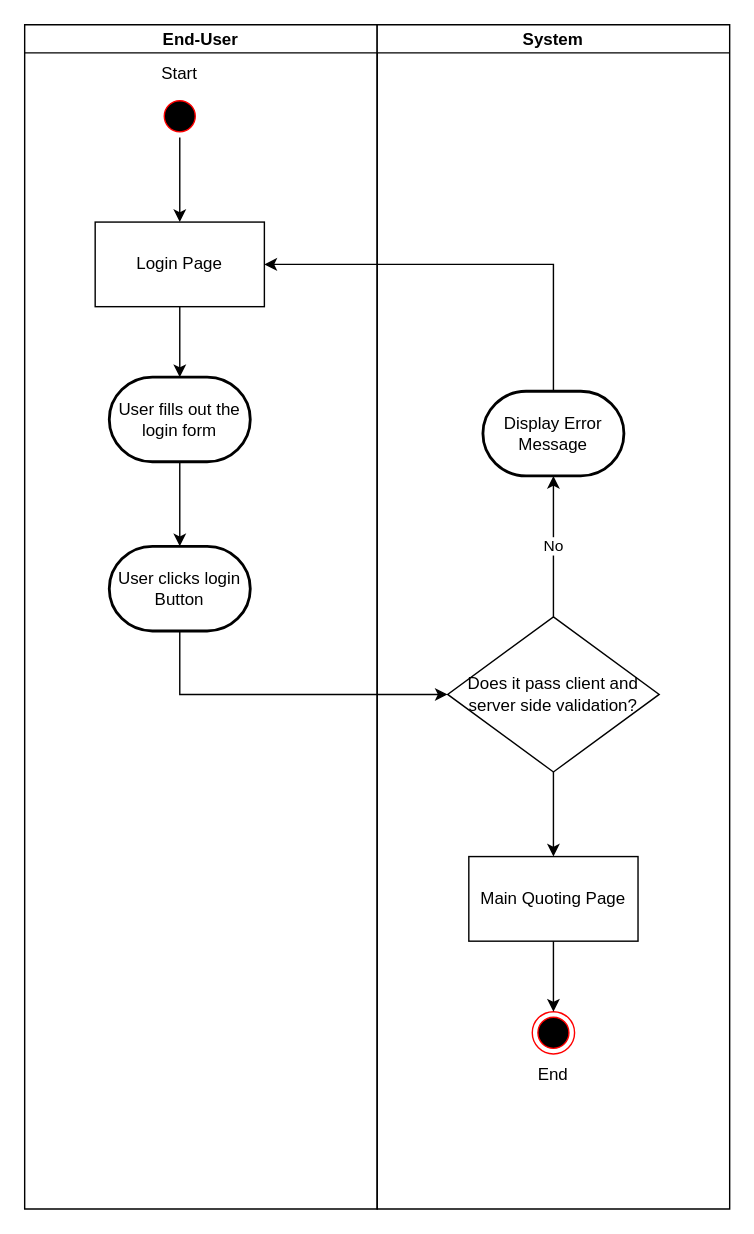
This is Activity_Diagrams/End-User/EndUserLogin.drawio from Awrmani/AutoQuotes, a draw.io file, before an edit. Source tidied: cells renumbered, new cells numbered last; positions are measured from the earlier drawing's top-left corner, leaving out a move shared by most shapes. Both pictures are drawn from the tidied source at 141%, with x=0, y=0 at pixel (24, 24).
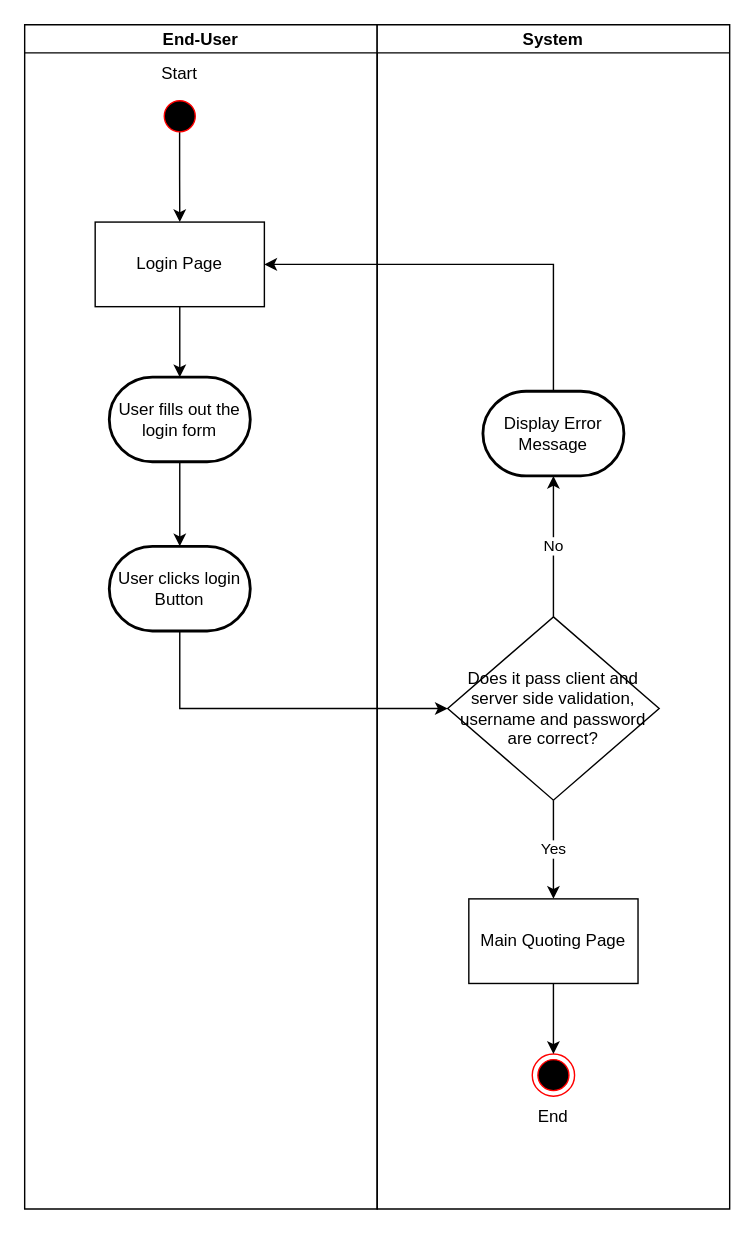
Above is the later version.

Unchanged cells that the change refers to:
```xml
<mxCell id="2" value="End-User" style="swimlane;startSize=20;" parent="1" vertex="1">
  <mxGeometry width="250" height="840" as="geometry" />
</mxCell>
<mxCell id="4" style="ellipse;html=1;shape=startState;fillColor=#000000;strokeColor=#ff0000;" parent="2" vertex="1">
  <mxGeometry x="95" y="50" width="30" height="30" as="geometry" />
</mxCell>
<mxCell id="9" value="User clicks login Button" style="strokeWidth=2;html=1;shape=mxgraph.flowchart.terminator;whiteSpace=wrap;" parent="2" vertex="1">
  <mxGeometry x="60" y="370" width="100" height="60" as="geometry" />
</mxCell>
<mxCell id="11" value="System" style="swimlane;startSize=20;" parent="1" vertex="1">
  <mxGeometry x="250" width="250" height="840" as="geometry" />
</mxCell>
```

Change to the diagram source:
```diff
@@
-    <mxCell id="3" style="edgeStyle=orthogonalEdgeStyle;rounded=0;jettySize=auto;html=1;entryX=0.5;entryY=0;entryDx=0;entryDy=0;entryPerimeter=0;" parent="2" edge="1" source="4">
+    <mxCell id="3" style="edgeStyle=orthogonalEdgeStyle;rounded=0;jettySize=auto;html=1;entryX=0.5;entryY=0;entryDx=0;entryDy=0;entryPerimeter=0;exitX=0.496;exitY=0.827;exitDx=0;exitDy=0;exitPerimeter=0;" parent="2" edge="1" source="4">
       <mxGeometry relative="1" as="geometry">
         <mxPoint x="110" y="140" as="targetPoint" />
       </mxGeometry>
     </mxCell>
@@
-    <mxCell id="13" style="edgeStyle=orthogonalEdgeStyle;rounded=0;jettySize=auto;html=1;" parent="11" edge="1" source="14" target="19">
+    <mxCell id="13" value="Yes" style="edgeStyle=orthogonalEdgeStyle;rounded=0;jettySize=auto;html=1;" parent="11" edge="1" source="14" target="19">
       <mxGeometry relative="1" as="geometry" />
     </mxCell>
-    <mxCell id="14" value="Does it pass client and server side validation?" style="rhombus;whiteSpace=wrap;html=1;" parent="11" vertex="1">
-      <mxGeometry x="50" y="420" width="150" height="110" as="geometry" />
+    <mxCell id="14" value="Does it pass client and server side validation, username and password are correct?" style="rhombus;whiteSpace=wrap;html=1;" parent="11" vertex="1">
+      <mxGeometry x="50" y="420" width="150" height="130" as="geometry" />
     </mxCell>
@@
     <mxCell id="16" value="End" style="text;html=1;strokeColor=none;fillColor=none;align=center;verticalAlign=middle;whiteSpace=wrap;rounded=0;" parent="11" vertex="1">
-      <mxGeometry x="95" y="730" width="60" height="30" as="geometry" />
+      <mxGeometry x="95" y="760" width="60" height="30" as="geometry" />
     </mxCell>
     <mxCell id="17" style="ellipse;html=1;shape=endState;fillColor=#000000;strokeColor=#ff0000;" parent="11" vertex="1">
-      <mxGeometry x="110" y="700" width="30" height="30" as="geometry" />
+      <mxGeometry x="110" y="730" width="30" height="30" as="geometry" />
     </mxCell>
@@
     <mxCell id="19" value="Main Quoting Page" style="rounded=0;whiteSpace=wrap;html=1;" parent="11" vertex="1">
-      <mxGeometry x="65" y="590" width="120" height="60" as="geometry" />
+      <mxGeometry x="65" y="620" width="120" height="60" as="geometry" />
     </mxCell>
     <mxCell id="20" style="edgeStyle=orthogonalEdgeStyle;rounded=0;jettySize=auto;html=1;entryX=0;entryY=0.5;entryDx=0;entryDy=0;" parent="1" edge="1" source="9" target="14">
       <mxGeometry relative="1" as="geometry">
         <Array as="points">
-          <mxPoint x="110" y="475" />
+          <mxPoint x="110" y="485" />
         </Array>
       </mxGeometry>
     </mxCell>
```
